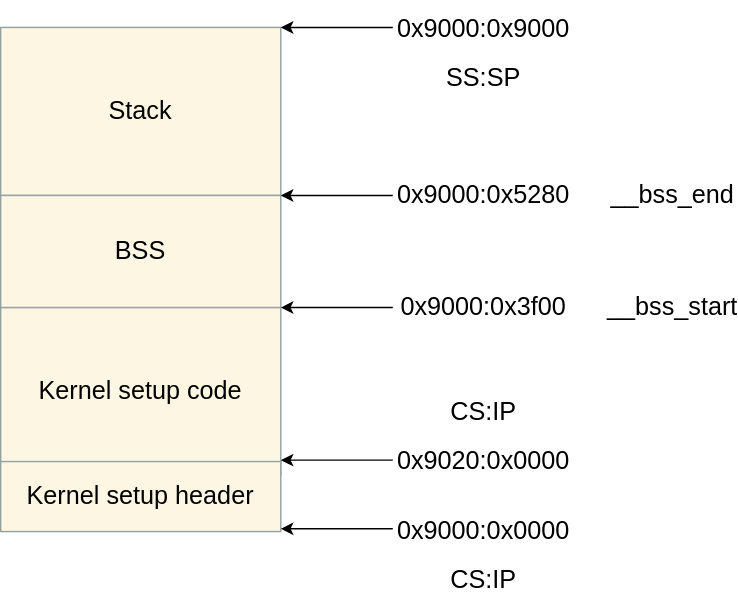
Above: Booting/images/early-bss.svg in 0xAX/linux-insides (draw.io), before the change. Source tidied: cells renumbered, new cells last; positions are measured from the earlier drawing's top-left corner, leaving out a move shared by most shapes. Source of this version:
```xml
<mxGraphModel>
  <root>
    <mxCell id="0" />
    <mxCell id="1" parent="0" />
    <mxCell id="2" value="&lt;font style=&quot;font-size: 18px;&quot;&gt;Stack&lt;/font&gt;" style="rounded=0;whiteSpace=wrap;html=1;fillColor=#FDF6E3;strokeColor=#93A1A1;strokeWidth=1;" parent="1" vertex="1">
      <mxGeometry y="19" width="200" height="120" as="geometry" />
    </mxCell>
    <mxCell id="3" value="&lt;font style=&quot;font-size: 18px;&quot;&gt;Kernel setup code&lt;/font&gt;" style="rounded=0;whiteSpace=wrap;html=1;gradientColor=none;fillColor=#FDF6E3;fillStyle=auto;strokeWidth=1;strokeColor=#93A1A1;" parent="1" vertex="1">
      <mxGeometry y="219" width="200" height="120" as="geometry" />
    </mxCell>
    <mxCell id="4" style="edgeStyle=orthogonalEdgeStyle;rounded=0;jettySize=auto;html=1;entryX=1;entryY=0;entryDx=0;entryDy=0;" parent="1" edge="1" source="5" target="2">
      <mxGeometry relative="1" as="geometry">
        <Array as="points">
          <mxPoint x="260" y="19" />
          <mxPoint x="260" y="19" />
        </Array>
      </mxGeometry>
    </mxCell>
    <mxCell id="5" value="&lt;font style=&quot;font-size: 18px;&quot;&gt;0x9000:0x9000&lt;/font&gt;" style="text;html=1;align=center;verticalAlign=middle;whiteSpace=wrap;rounded=0;" parent="1" vertex="1">
      <mxGeometry x="280" width="130" height="40" as="geometry" />
    </mxCell>
    <mxCell id="6" value="&lt;font style=&quot;font-size: 18px;&quot;&gt;0x9020:0x0000&lt;/font&gt;" style="text;html=1;align=center;verticalAlign=middle;whiteSpace=wrap;rounded=0;" parent="1" vertex="1">
      <mxGeometry x="280" y="309" width="130" height="40" as="geometry" />
    </mxCell>
    <mxCell id="7" style="edgeStyle=orthogonalEdgeStyle;rounded=0;orthogonalLoop=1;jettySize=auto;html=1;entryX=1;entryY=0;entryDx=0;entryDy=0;" parent="1" edge="1">
      <mxGeometry relative="1" as="geometry">
        <mxPoint x="280" y="328" as="sourcePoint" />
        <mxPoint x="200" y="328" as="targetPoint" />
        <Array as="points">
          <mxPoint x="220" y="328" />
          <mxPoint x="220" y="328" />
        </Array>
      </mxGeometry>
    </mxCell>
    <mxCell id="8" value="&lt;font style=&quot;font-size: 18px;&quot;&gt;CS:IP&lt;/font&gt;" style="text;html=1;align=center;verticalAlign=middle;whiteSpace=wrap;rounded=0;" parent="1" vertex="1">
      <mxGeometry x="315" y="279" width="60" height="30" as="geometry" />
    </mxCell>
    <mxCell id="9" value="&lt;div&gt;SS:SP&lt;/div&gt;" style="text;html=1;align=center;verticalAlign=middle;whiteSpace=wrap;rounded=0;fontSize=18;" parent="1" vertex="1">
      <mxGeometry x="315" y="40" width="60" height="30" as="geometry" />
    </mxCell>
    <mxCell id="10" value="&lt;font style=&quot;font-size: 18px;&quot;&gt;Kernel setup header&lt;/font&gt;" style="rounded=0;whiteSpace=wrap;html=1;gradientColor=none;fillColor=#FDF6E3;fillStyle=auto;strokeWidth=1;strokeColor=#93A1A1;" parent="1" vertex="1">
      <mxGeometry y="329" width="200" height="50" as="geometry" />
    </mxCell>
    <mxCell id="11" value="&lt;font style=&quot;font-size: 18px;&quot;&gt;0x9000:0x0000&lt;/font&gt;" style="text;html=1;align=center;verticalAlign=middle;whiteSpace=wrap;rounded=0;" parent="1" vertex="1">
      <mxGeometry x="280" y="359" width="130" height="40" as="geometry" />
    </mxCell>
    <mxCell id="12" style="edgeStyle=orthogonalEdgeStyle;rounded=0;orthogonalLoop=1;jettySize=auto;html=1;entryX=1;entryY=0;entryDx=0;entryDy=0;" parent="1" edge="1">
      <mxGeometry relative="1" as="geometry">
        <mxPoint x="280" y="377" as="sourcePoint" />
        <mxPoint x="200" y="377" as="targetPoint" />
        <Array as="points">
          <mxPoint x="220" y="377" />
          <mxPoint x="220" y="377" />
        </Array>
      </mxGeometry>
    </mxCell>
    <mxCell id="13" value="&lt;font style=&quot;font-size: 18px;&quot;&gt;CS:IP&lt;/font&gt;" style="text;html=1;align=center;verticalAlign=middle;whiteSpace=wrap;rounded=0;" parent="1" vertex="1">
      <mxGeometry x="315" y="399" width="60" height="30" as="geometry" />
    </mxCell>
    <mxCell id="14" value="&lt;font style=&quot;font-size: 18px;&quot;&gt;BSS&lt;/font&gt;" style="rounded=0;whiteSpace=wrap;html=1;gradientColor=none;fillColor=#FDF6E3;fillStyle=auto;strokeWidth=1;strokeColor=#93A1A1;" parent="1" vertex="1">
      <mxGeometry y="139" width="200" height="80" as="geometry" />
    </mxCell>
    <mxCell id="15" style="edgeStyle=orthogonalEdgeStyle;rounded=0;jettySize=auto;html=1;entryX=1;entryY=0;entryDx=0;entryDy=0;" parent="1" edge="1" source="16" target="14">
      <mxGeometry relative="1" as="geometry">
        <Array as="points">
          <mxPoint x="220" y="139" />
          <mxPoint x="220" y="139" />
        </Array>
      </mxGeometry>
    </mxCell>
    <mxCell id="16" value="&lt;font style=&quot;font-size: 18px;&quot;&gt;0x9000:0x5280&lt;/font&gt;" style="text;html=1;align=center;verticalAlign=middle;whiteSpace=wrap;rounded=0;" parent="1" vertex="1">
      <mxGeometry x="280" y="119" width="130" height="40" as="geometry" />
    </mxCell>
    <mxCell id="17" style="edgeStyle=orthogonalEdgeStyle;rounded=0;jettySize=auto;html=1;entryX=1;entryY=0;entryDx=0;entryDy=0;" parent="1" edge="1" source="18" target="3">
      <mxGeometry relative="1" as="geometry">
        <Array as="points">
          <mxPoint x="220" y="219" />
          <mxPoint x="220" y="219" />
        </Array>
      </mxGeometry>
    </mxCell>
    <mxCell id="18" value="&lt;font style=&quot;font-size: 18px;&quot;&gt;0x9000:0x3f00&lt;/font&gt;" style="text;html=1;align=center;verticalAlign=middle;whiteSpace=wrap;rounded=0;" parent="1" vertex="1">
      <mxGeometry x="280" y="199" width="130" height="40" as="geometry" />
    </mxCell>
    <mxCell id="19" value="&lt;font style=&quot;font-size: 18px;&quot;&gt;__bss_start&lt;/font&gt;" style="text;html=1;align=center;verticalAlign=middle;whiteSpace=wrap;rounded=0;" parent="1" vertex="1">
      <mxGeometry x="450" y="204" width="60" height="30" as="geometry" />
    </mxCell>
    <mxCell id="20" value="&lt;font style=&quot;font-size: 18px;&quot;&gt;__bss_end&lt;/font&gt;" style="text;html=1;align=center;verticalAlign=middle;whiteSpace=wrap;rounded=0;" parent="1" vertex="1">
      <mxGeometry x="450" y="124" width="60" height="30" as="geometry" />
    </mxCell>
  </root>
</mxGraphModel>
```
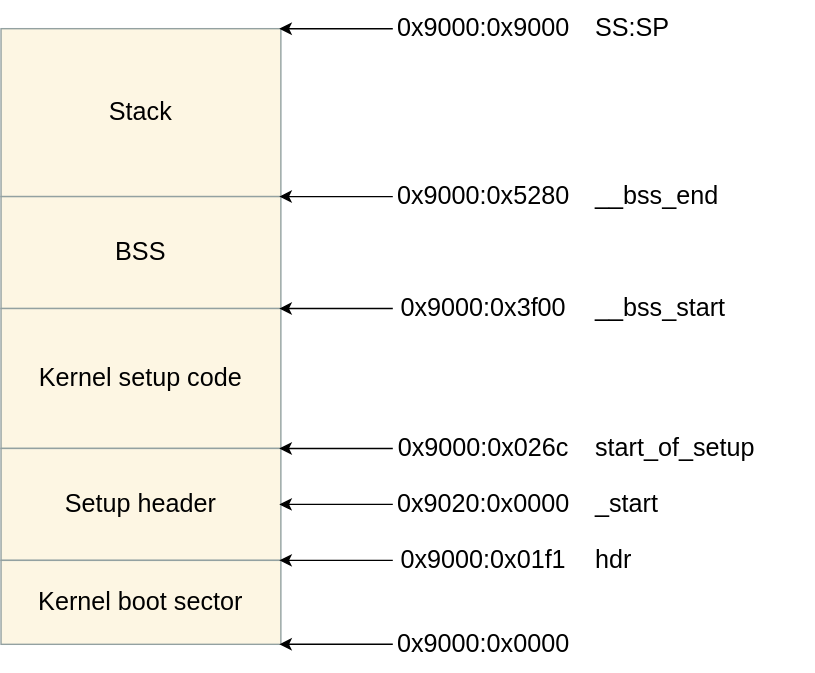
The same file after the commit.

Commit message:
boot: fix stack/bss/heap diagrams

Change to the diagram source:
```diff
@@ -2,91 +2,101 @@
   <root>
     <mxCell id="0" />
     <mxCell id="1" parent="0" />
-    <mxCell id="2" value="&lt;font style=&quot;font-size: 18px;&quot;&gt;Stack&lt;/font&gt;" style="rounded=0;whiteSpace=wrap;html=1;fillColor=#FDF6E3;strokeColor=#93A1A1;strokeWidth=1;" parent="1" vertex="1">
-      <mxGeometry y="19" width="200" height="120" as="geometry" />
+    <mxCell id="2" value="Stack" style="rounded=0;whiteSpace=wrap;html=1;fillColor=#FDF6E3;strokeColor=#93A1A1;strokeWidth=1;fontColor=#000000;fontSize=18;fontFamily=Helvetica;" parent="1" vertex="1">
+      <mxGeometry x="-10" y="-101" width="200" height="120" as="geometry" />
     </mxCell>
+    <mxCell id="14" value="BSS" style="rounded=0;whiteSpace=wrap;html=1;fillColor=#FDF6E3;strokeColor=#93A1A1;strokeWidth=1;fontColor=#000000;fontSize=18;fontFamily=Helvetica;" parent="1" vertex="1">
+      <mxGeometry x="-10" y="19" width="200" height="80" as="geometry" />
+    </mxCell>
-    <mxCell id="3" value="&lt;font style=&quot;font-size: 18px;&quot;&gt;Kernel setup code&lt;/font&gt;" style="rounded=0;whiteSpace=wrap;html=1;gradientColor=none;fillColor=#FDF6E3;fillStyle=auto;strokeWidth=1;strokeColor=#93A1A1;" parent="1" vertex="1">
-      <mxGeometry y="219" width="200" height="120" as="geometry" />
+    <mxCell id="3" value="Kernel setup code" style="rounded=0;whiteSpace=wrap;html=1;fillColor=#FDF6E3;strokeColor=#93A1A1;strokeWidth=1;fontColor=#000000;fontSize=18;fontFamily=Helvetica;" parent="1" vertex="1">
+      <mxGeometry x="-10" y="99" width="200" height="100" as="geometry" />
     </mxCell>
-    <mxCell id="4" style="edgeStyle=orthogonalEdgeStyle;rounded=0;jettySize=auto;html=1;entryX=1;entryY=0;entryDx=0;entryDy=0;" parent="1" edge="1" source="5" target="2">
-      <mxGeometry relative="1" as="geometry">
-        <Array as="points">
-          <mxPoint x="260" y="19" />
-          <mxPoint x="260" y="19" />
-        </Array>
-      </mxGeometry>
-    </mxCell>
+    <mxCell id="21" value="Setup header" style="rounded=0;whiteSpace=wrap;html=1;fillColor=#FDF6E3;strokeColor=#93A1A1;strokeWidth=1;fontColor=#000000;fontSize=18;fontFamily=Helvetica;" parent="1" vertex="1">
+      <mxGeometry x="-10" y="199" width="200" height="80" as="geometry" />
+    </mxCell>
+    <mxCell id="22" value="Kernel boot sector" style="rounded=0;whiteSpace=wrap;html=1;fillColor=#FDF6E3;strokeColor=#93A1A1;strokeWidth=1;fontColor=#000000;fontSize=18;fontFamily=Helvetica;" parent="1" vertex="1">
+      <mxGeometry x="-10" y="279" width="200" height="60" as="geometry" />
+    </mxCell>
+    <mxCell id="23" style="edgeStyle=orthogonalEdgeStyle;rounded=0;orthogonalLoop=1;html=1;" parent="1" edge="1">
+      <mxGeometry relative="1" as="geometry">
+        <mxPoint x="270" y="-101" as="sourcePoint" />
+        <mxPoint x="190" y="-101" as="targetPoint" />
+      </mxGeometry>
+    </mxCell>
-    <mxCell id="5" value="&lt;font style=&quot;font-size: 18px;&quot;&gt;0x9000:0x9000&lt;/font&gt;" style="text;html=1;align=center;verticalAlign=middle;whiteSpace=wrap;rounded=0;" parent="1" vertex="1">
-      <mxGeometry x="280" width="130" height="40" as="geometry" />
+    <mxCell id="5" value="0x9000:0x9000" style="text;html=1;align=center;verticalAlign=middle;whiteSpace=wrap;rounded=0;fontSize=18;fontFamily=Helvetica;fontColor=#000000;" parent="1" vertex="1">
+      <mxGeometry x="270" y="-116" width="130" height="30" as="geometry" />
     </mxCell>
-    <mxCell id="6" value="&lt;font style=&quot;font-size: 18px;&quot;&gt;0x9020:0x0000&lt;/font&gt;" style="text;html=1;align=center;verticalAlign=middle;whiteSpace=wrap;rounded=0;" parent="1" vertex="1">
-      <mxGeometry x="280" y="309" width="130" height="40" as="geometry" />
-    </mxCell>
-    <mxCell id="7" style="edgeStyle=orthogonalEdgeStyle;rounded=0;orthogonalLoop=1;jettySize=auto;html=1;entryX=1;entryY=0;entryDx=0;entryDy=0;" parent="1" edge="1">
-      <mxGeometry relative="1" as="geometry">
-        <mxPoint x="280" y="328" as="sourcePoint" />
-        <mxPoint x="200" y="328" as="targetPoint" />
-        <Array as="points">
-          <mxPoint x="220" y="328" />
-          <mxPoint x="220" y="328" />
-        </Array>
-      </mxGeometry>
-    </mxCell>
-    <mxCell id="8" value="&lt;font style=&quot;font-size: 18px;&quot;&gt;CS:IP&lt;/font&gt;" style="text;html=1;align=center;verticalAlign=middle;whiteSpace=wrap;rounded=0;" parent="1" vertex="1">
-      <mxGeometry x="315" y="279" width="60" height="30" as="geometry" />
-    </mxCell>
-    <mxCell id="9" value="&lt;div&gt;SS:SP&lt;/div&gt;" style="text;html=1;align=center;verticalAlign=middle;whiteSpace=wrap;rounded=0;fontSize=18;" parent="1" vertex="1">
-      <mxGeometry x="315" y="40" width="60" height="30" as="geometry" />
+    <mxCell id="9" value="SS:SP" style="text;html=1;align=left;verticalAlign=middle;whiteSpace=nowrap;rounded=0;fontSize=18;fontFamily=Helvetica;fontColor=#000000;" parent="1" vertex="1">
+      <mxGeometry x="415" y="-116" width="157" height="30" as="geometry" />
     </mxCell>
-    <mxCell id="10" value="&lt;font style=&quot;font-size: 18px;&quot;&gt;Kernel setup header&lt;/font&gt;" style="rounded=0;whiteSpace=wrap;html=1;gradientColor=none;fillColor=#FDF6E3;fillStyle=auto;strokeWidth=1;strokeColor=#93A1A1;" parent="1" vertex="1">
-      <mxGeometry y="329" width="200" height="50" as="geometry" />
-    </mxCell>
-    <mxCell id="11" value="&lt;font style=&quot;font-size: 18px;&quot;&gt;0x9000:0x0000&lt;/font&gt;" style="text;html=1;align=center;verticalAlign=middle;whiteSpace=wrap;rounded=0;" parent="1" vertex="1">
-      <mxGeometry x="280" y="359" width="130" height="40" as="geometry" />
-    </mxCell>
-    <mxCell id="12" style="edgeStyle=orthogonalEdgeStyle;rounded=0;orthogonalLoop=1;jettySize=auto;html=1;entryX=1;entryY=0;entryDx=0;entryDy=0;" parent="1" edge="1">
-      <mxGeometry relative="1" as="geometry">
-        <mxPoint x="280" y="377" as="sourcePoint" />
-        <mxPoint x="200" y="377" as="targetPoint" />
-        <Array as="points">
-          <mxPoint x="220" y="377" />
-          <mxPoint x="220" y="377" />
-        </Array>
-      </mxGeometry>
-    </mxCell>
-    <mxCell id="13" value="&lt;font style=&quot;font-size: 18px;&quot;&gt;CS:IP&lt;/font&gt;" style="text;html=1;align=center;verticalAlign=middle;whiteSpace=wrap;rounded=0;" parent="1" vertex="1">
-      <mxGeometry x="315" y="399" width="60" height="30" as="geometry" />
-    </mxCell>
-    <mxCell id="14" value="&lt;font style=&quot;font-size: 18px;&quot;&gt;BSS&lt;/font&gt;" style="rounded=0;whiteSpace=wrap;html=1;gradientColor=none;fillColor=#FDF6E3;fillStyle=auto;strokeWidth=1;strokeColor=#93A1A1;" parent="1" vertex="1">
-      <mxGeometry y="139" width="200" height="80" as="geometry" />
-    </mxCell>
-    <mxCell id="15" style="edgeStyle=orthogonalEdgeStyle;rounded=0;jettySize=auto;html=1;entryX=1;entryY=0;entryDx=0;entryDy=0;" parent="1" edge="1" source="16" target="14">
-      <mxGeometry relative="1" as="geometry">
-        <Array as="points">
-          <mxPoint x="220" y="139" />
-          <mxPoint x="220" y="139" />
-        </Array>
-      </mxGeometry>
-    </mxCell>
+    <mxCell id="24" style="edgeStyle=orthogonalEdgeStyle;rounded=0;orthogonalLoop=1;html=1;" parent="1" edge="1">
+      <mxGeometry relative="1" as="geometry">
+        <mxPoint x="270" y="19" as="sourcePoint" />
+        <mxPoint x="190" y="19" as="targetPoint" />
+      </mxGeometry>
+    </mxCell>
-    <mxCell id="16" value="&lt;font style=&quot;font-size: 18px;&quot;&gt;0x9000:0x5280&lt;/font&gt;" style="text;html=1;align=center;verticalAlign=middle;whiteSpace=wrap;rounded=0;" parent="1" vertex="1">
-      <mxGeometry x="280" y="119" width="130" height="40" as="geometry" />
+    <mxCell id="16" value="0x9000:0x5280" style="text;html=1;align=center;verticalAlign=middle;whiteSpace=wrap;rounded=0;fontSize=18;fontFamily=Helvetica;fontColor=#000000;" parent="1" vertex="1">
+      <mxGeometry x="270" y="4" width="130" height="30" as="geometry" />
     </mxCell>
-    <mxCell id="17" style="edgeStyle=orthogonalEdgeStyle;rounded=0;jettySize=auto;html=1;entryX=1;entryY=0;entryDx=0;entryDy=0;" parent="1" edge="1" source="18" target="3">
-      <mxGeometry relative="1" as="geometry">
-        <Array as="points">
-          <mxPoint x="220" y="219" />
-          <mxPoint x="220" y="219" />
-        </Array>
-      </mxGeometry>
-    </mxCell>
+    <mxCell id="20" value="__bss_end" style="text;html=1;align=left;verticalAlign=middle;whiteSpace=nowrap;rounded=0;fontSize=18;fontFamily=Helvetica;fontColor=#000000;" parent="1" vertex="1">
+      <mxGeometry x="415" y="4" width="157" height="30" as="geometry" />
+    </mxCell>
+    <mxCell id="25" style="edgeStyle=orthogonalEdgeStyle;rounded=0;orthogonalLoop=1;html=1;" parent="1" edge="1">
+      <mxGeometry relative="1" as="geometry">
+        <mxPoint x="270" y="99" as="sourcePoint" />
+        <mxPoint x="190" y="99" as="targetPoint" />
+      </mxGeometry>
+    </mxCell>
-    <mxCell id="18" value="&lt;font style=&quot;font-size: 18px;&quot;&gt;0x9000:0x3f00&lt;/font&gt;" style="text;html=1;align=center;verticalAlign=middle;whiteSpace=wrap;rounded=0;" parent="1" vertex="1">
-      <mxGeometry x="280" y="199" width="130" height="40" as="geometry" />
+    <mxCell id="18" value="0x9000:0x3f00" style="text;html=1;align=center;verticalAlign=middle;whiteSpace=wrap;rounded=0;fontSize=18;fontFamily=Helvetica;fontColor=#000000;" parent="1" vertex="1">
+      <mxGeometry x="270" y="84" width="130" height="30" as="geometry" />
     </mxCell>
-    <mxCell id="19" value="&lt;font style=&quot;font-size: 18px;&quot;&gt;__bss_start&lt;/font&gt;" style="text;html=1;align=center;verticalAlign=middle;whiteSpace=wrap;rounded=0;" parent="1" vertex="1">
-      <mxGeometry x="450" y="204" width="60" height="30" as="geometry" />
+    <mxCell id="19" value="__bss_start" style="text;html=1;align=left;verticalAlign=middle;whiteSpace=nowrap;rounded=0;fontSize=18;fontFamily=Helvetica;fontColor=#000000;" parent="1" vertex="1">
+      <mxGeometry x="415" y="84" width="157" height="30" as="geometry" />
     </mxCell>
-    <mxCell id="20" value="&lt;font style=&quot;font-size: 18px;&quot;&gt;__bss_end&lt;/font&gt;" style="text;html=1;align=center;verticalAlign=middle;whiteSpace=wrap;rounded=0;" parent="1" vertex="1">
-      <mxGeometry x="450" y="124" width="60" height="30" as="geometry" />
-    </mxCell>
+    <mxCell id="26" style="edgeStyle=orthogonalEdgeStyle;rounded=0;orthogonalLoop=1;html=1;" parent="1" edge="1">
+      <mxGeometry relative="1" as="geometry">
+        <mxPoint x="270" y="199" as="sourcePoint" />
+        <mxPoint x="190" y="199" as="targetPoint" />
+      </mxGeometry>
+    </mxCell>
+    <mxCell id="27" value="0x9000:0x026c" style="text;html=1;align=center;verticalAlign=middle;whiteSpace=wrap;rounded=0;fontSize=18;fontFamily=Helvetica;fontColor=#000000;" parent="1" vertex="1">
+      <mxGeometry x="270" y="184" width="130" height="30" as="geometry" />
+    </mxCell>
+    <mxCell id="28" value="start_of_setup" style="text;html=1;align=left;verticalAlign=middle;whiteSpace=nowrap;rounded=0;fontSize=18;fontFamily=Helvetica;fontColor=#000000;" parent="1" vertex="1">
+      <mxGeometry x="415" y="184" width="157" height="30" as="geometry" />
+    </mxCell>
+    <mxCell id="29" style="edgeStyle=orthogonalEdgeStyle;rounded=0;orthogonalLoop=1;html=1;" parent="1" edge="1">
+      <mxGeometry relative="1" as="geometry">
+        <mxPoint x="270" y="239" as="sourcePoint" />
+        <mxPoint x="190" y="239" as="targetPoint" />
+      </mxGeometry>
+    </mxCell>
+    <mxCell id="6" value="0x9020:0x0000" style="text;html=1;align=center;verticalAlign=middle;whiteSpace=wrap;rounded=0;fontSize=18;fontFamily=Helvetica;fontColor=#000000;" parent="1" vertex="1">
+      <mxGeometry x="270" y="224" width="130" height="30" as="geometry" />
+    </mxCell>
+    <mxCell id="30" value="_start" style="text;html=1;align=left;verticalAlign=middle;whiteSpace=nowrap;rounded=0;fontSize=18;fontFamily=Helvetica;fontColor=#000000;" parent="1" vertex="1">
+      <mxGeometry x="415" y="224" width="157" height="30" as="geometry" />
+    </mxCell>
+    <mxCell id="31" style="edgeStyle=orthogonalEdgeStyle;rounded=0;orthogonalLoop=1;html=1;" parent="1" edge="1">
+      <mxGeometry relative="1" as="geometry">
+        <mxPoint x="270" y="279" as="sourcePoint" />
+        <mxPoint x="190" y="279" as="targetPoint" />
+      </mxGeometry>
+    </mxCell>
+    <mxCell id="32" value="0x9000:0x01f1" style="text;html=1;align=center;verticalAlign=middle;whiteSpace=wrap;rounded=0;fontSize=18;fontFamily=Helvetica;fontColor=#000000;" parent="1" vertex="1">
+      <mxGeometry x="270" y="264" width="130" height="30" as="geometry" />
+    </mxCell>
+    <mxCell id="33" value="hdr" style="text;html=1;align=left;verticalAlign=middle;whiteSpace=nowrap;rounded=0;fontSize=18;fontFamily=Helvetica;fontColor=#000000;" parent="1" vertex="1">
+      <mxGeometry x="415" y="264" width="157" height="30" as="geometry" />
+    </mxCell>
+    <mxCell id="34" style="edgeStyle=orthogonalEdgeStyle;rounded=0;orthogonalLoop=1;html=1;" parent="1" edge="1">
+      <mxGeometry relative="1" as="geometry">
+        <mxPoint x="270" y="339" as="sourcePoint" />
+        <mxPoint x="190" y="339" as="targetPoint" />
+      </mxGeometry>
+    </mxCell>
+    <mxCell id="11" value="0x9000:0x0000" style="text;html=1;align=center;verticalAlign=middle;whiteSpace=wrap;rounded=0;fontSize=18;fontFamily=Helvetica;fontColor=#000000;" parent="1" vertex="1">
+      <mxGeometry x="270" y="324" width="130" height="30" as="geometry" />
+    </mxCell>
   </root>
 </mxGraphModel>
```
